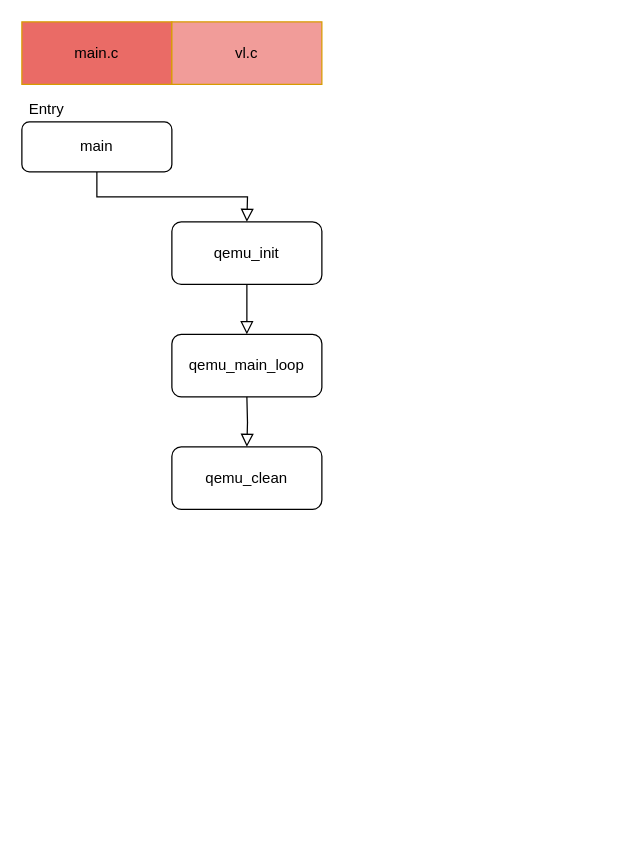
YMoose/qemustudy keeps this draw.io diagram as qemu.drawio. Above is the earlier version. Source tidied: cells renumbered, new cells numbered last; positions are measured from the earlier drawing's top-left corner, leaving out a move shared by most shapes. Both pictures are drawn from the tidied source at 125%, with x=0, y=0 at pixel (21, 21).
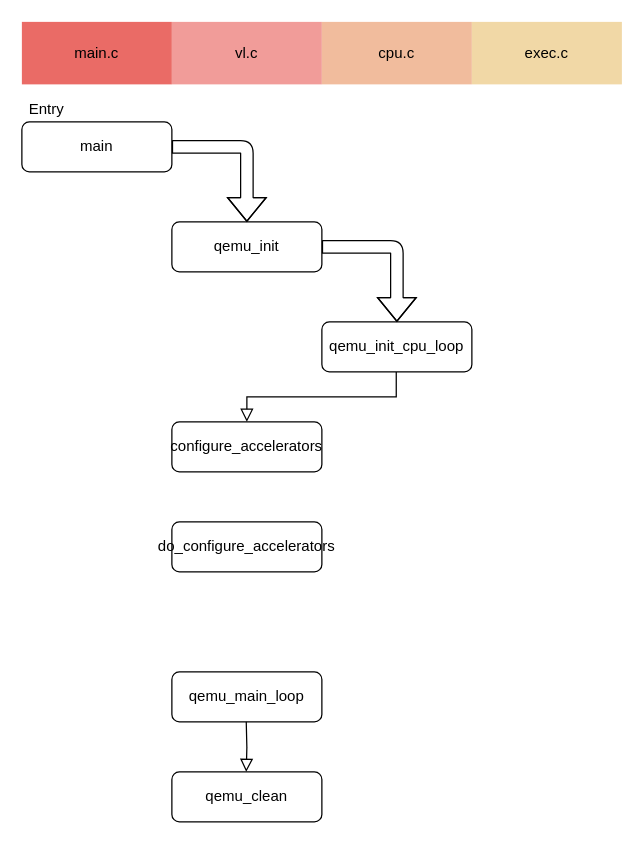
After the change.

The change refers to these unchanged cells:
```xml
<mxCell id="3" value="main" style="rounded=1;whiteSpace=wrap;html=1;fontSize=12;glass=0;strokeWidth=1;shadow=0;" parent="1" vertex="1">
  <mxGeometry y="80" width="120" height="40" as="geometry" />
</mxCell>
```

Change to the diagram source:
```diff
@@
-    <mxCell id="2" style="rounded=0;html=1;jettySize=auto;fontSize=11;endArrow=block;endFill=0;endSize=8;strokeWidth=1;shadow=0;labelBackgroundColor=none;edgeStyle=orthogonalEdgeStyle;exitX=0.5;exitY=1;exitDx=0;exitDy=0;" parent="1" edge="1" source="3">
-      <mxGeometry relative="1" as="geometry">
-        <mxPoint x="180" y="160" as="targetPoint" />
-      </mxGeometry>
-    </mxCell>
@@
-    <mxCell id="5" value="main.c" style="rounded=0;whiteSpace=wrap;html=1;strokeColor=#d79b00;fillColor=#EA6B66;" parent="1" vertex="1">
+    <mxCell id="5" value="main.c" style="rounded=0;whiteSpace=wrap;html=1;fillColor=#EA6B66;strokeColor=none;" parent="1" vertex="1">
       <mxGeometry width="120" height="50" as="geometry" />
     </mxCell>
     <mxCell id="6" value="qemu_init&lt;br&gt;" style="rounded=1;whiteSpace=wrap;html=1;" parent="1" vertex="1">
-      <mxGeometry x="120" y="160" width="120" height="50" as="geometry" />
+      <mxGeometry x="120" y="160" width="120" height="40" as="geometry" />
     </mxCell>
-    <mxCell id="7" style="rounded=0;html=1;jettySize=auto;fontSize=11;endArrow=block;endFill=0;endSize=8;strokeWidth=1;shadow=0;labelBackgroundColor=none;edgeStyle=orthogonalEdgeStyle;exitX=0.5;exitY=1;exitDx=0;exitDy=0;" parent="1" edge="1" source="6">
-      <mxGeometry relative="1" as="geometry">
-        <mxPoint x="180" y="250" as="targetPoint" />
-      </mxGeometry>
-    </mxCell>
     <mxCell id="8" value="qemu_main_loop&lt;br&gt;" style="rounded=1;whiteSpace=wrap;html=1;" parent="1" vertex="1">
-      <mxGeometry x="120" y="250" width="120" height="50" as="geometry" />
+      <mxGeometry x="120" y="520" width="120" height="40" as="geometry" />
     </mxCell>
     <mxCell id="9" style="rounded=0;html=1;jettySize=auto;orthogonalLoop=1;fontSize=11;endArrow=block;endFill=0;endSize=8;strokeWidth=1;shadow=0;labelBackgroundColor=none;edgeStyle=orthogonalEdgeStyle;exitX=0.5;exitY=1;exitDx=0;exitDy=0;" parent="1" edge="1">
       <mxGeometry relative="1" as="geometry">
-        <mxPoint x="180" y="300" as="sourcePoint" />
-        <mxPoint x="180" y="340" as="targetPoint" />
+        <mxPoint x="179.5" y="560" as="sourcePoint" />
+        <mxPoint x="179.5" y="600" as="targetPoint" />
       </mxGeometry>
     </mxCell>
     <mxCell id="10" value="qemu_clean" style="rounded=1;whiteSpace=wrap;html=1;" parent="1" vertex="1">
-      <mxGeometry x="120" y="340" width="120" height="50" as="geometry" />
+      <mxGeometry x="120" y="600" width="120" height="40" as="geometry" />
     </mxCell>
-    <mxCell id="11" value="vl.c" style="rounded=0;whiteSpace=wrap;html=1;strokeColor=#d79b00;fillColor=#F19C99;" parent="1" vertex="1">
+    <mxCell id="11" value="vl.c" style="rounded=0;whiteSpace=wrap;html=1;fillColor=#F19C99;strokeColor=none;" parent="1" vertex="1">
       <mxGeometry x="120" width="120" height="50" as="geometry" />
     </mxCell>
+    <mxCell id="12" value="qemu_init_cpu_loop" style="rounded=1;whiteSpace=wrap;html=1;" parent="1" vertex="1">
+      <mxGeometry x="240" y="240" width="120" height="40" as="geometry" />
+    </mxCell>
+    <mxCell id="13" style="shape=flexArrow;endArrow=classic;html=1;exitX=1;exitY=0.5;exitDx=0;exitDy=0;" parent="1" edge="1" source="3" target="6">
+      <mxGeometry relative="1" as="geometry">
+        <Array as="points">
+          <mxPoint x="180" y="100" />
+        </Array>
+      </mxGeometry>
+    </mxCell>
+    <mxCell id="14" style="shape=flexArrow;endArrow=classic;html=1;exitX=1;exitY=0.5;exitDx=0;exitDy=0;" parent="1" edge="1">
+      <mxGeometry relative="1" as="geometry">
+        <mxPoint x="240" y="180" as="sourcePoint" />
+        <mxPoint x="300" y="240" as="targetPoint" />
+        <Array as="points">
+          <mxPoint x="300" y="180" />
+        </Array>
+      </mxGeometry>
+    </mxCell>
+    <mxCell id="15" value="cpu.c" style="rounded=0;whiteSpace=wrap;html=1;fillColor=#F1BC9D;strokeColor=none;" parent="1" vertex="1">
+      <mxGeometry x="240" width="120" height="50" as="geometry" />
+    </mxCell>
+    <mxCell id="16" value="exec.c" style="rounded=0;whiteSpace=wrap;html=1;fillColor=#F1D8A6;strokeColor=none;" parent="1" vertex="1">
+      <mxGeometry x="360" width="120" height="50" as="geometry" />
+    </mxCell>
+    <mxCell id="17" value="configure_accelerators" style="rounded=1;whiteSpace=wrap;html=1;" parent="1" vertex="1">
+      <mxGeometry x="120" y="320" width="120" height="40" as="geometry" />
+    </mxCell>
+    <mxCell id="18" style="rounded=0;html=1;jettySize=auto;fontSize=11;endArrow=block;endFill=0;endSize=8;strokeWidth=1;shadow=0;labelBackgroundColor=none;edgeStyle=orthogonalEdgeStyle;exitX=0.5;exitY=1;exitDx=0;exitDy=0;entryX=0.5;entryY=0;entryDx=0;entryDy=0;" parent="1" edge="1" target="17">
+      <mxGeometry relative="1" as="geometry">
+        <mxPoint x="299.5" y="280" as="sourcePoint" />
+        <Array as="points">
+          <mxPoint x="300" y="300" />
+          <mxPoint x="180" y="300" />
+        </Array>
+      </mxGeometry>
+    </mxCell>
+    <mxCell id="19" value="do_configure_accelerators" style="rounded=1;whiteSpace=wrap;html=1;" parent="1" vertex="1">
+      <mxGeometry x="120" y="400" width="120" height="40" as="geometry" />
+    </mxCell>
```
